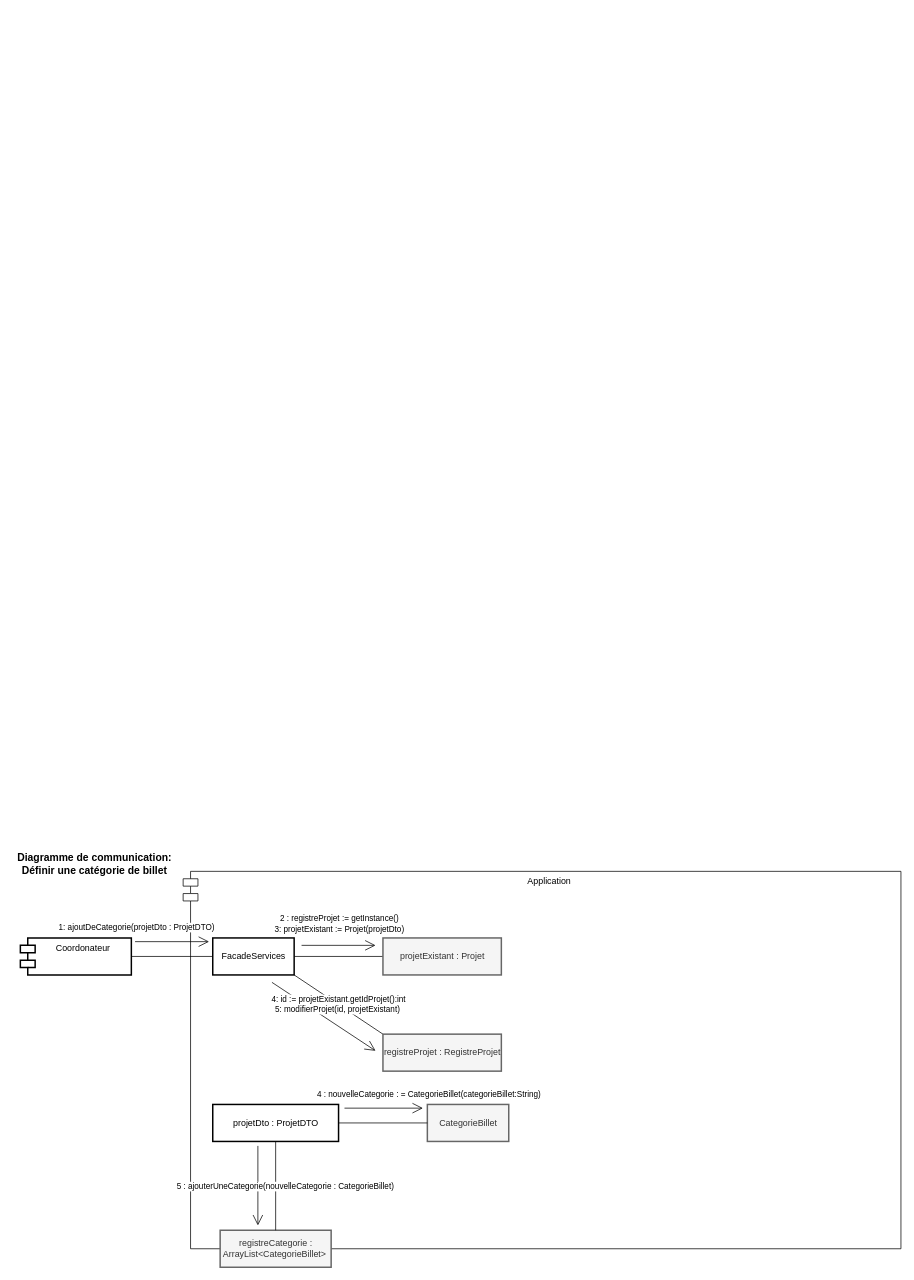
Above: Diagrammes de conception/Diagrammes de communication/Definir_Categorie_UC.drawio in ChristWasTaken/Projet-Conception-et-Archictecture (draw.io), before the change. Source tidied: cells renumbered, new cells numbered last; positions are measured from the earlier drawing's top-left corner, leaving out a move shared by most shapes. Both pictures are drawn from the tidied source at 74%, with x=0, y=0 at pixel (13, 849).
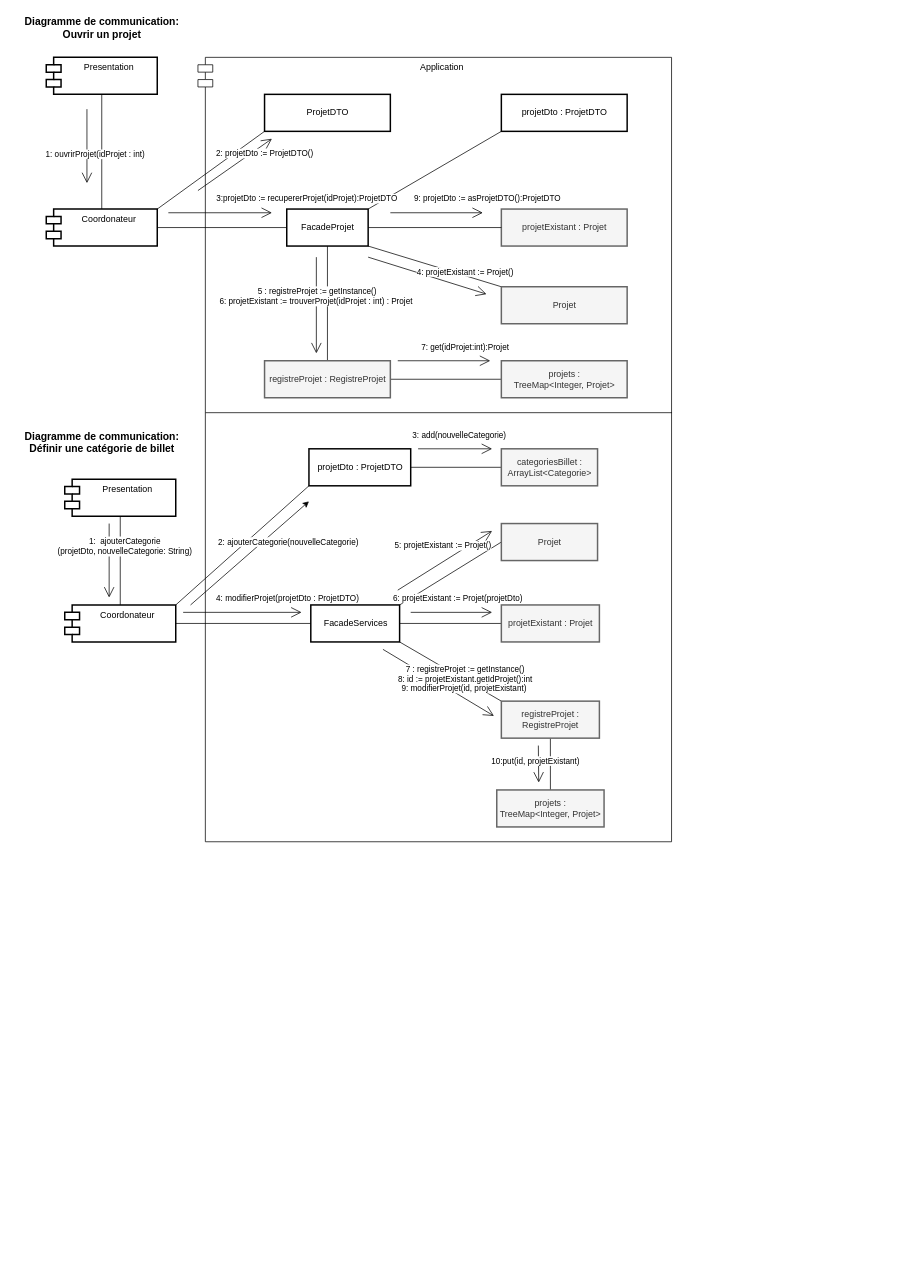
The same diagram, later.

The edit, as a diff of the source:
```diff
@@
     <mxCell id="2" value="Coordonateur" style="shape=module;align=left;spacingLeft=20;align=center;verticalAlign=top;strokeWidth=2;" parent="1" vertex="1">
-      <mxGeometry x="10" y="120" width="150" height="50" as="geometry" />
+      <mxGeometry x="70" y="-330" width="150" height="50" as="geometry" />
     </mxCell>
     <mxCell id="3" value="Application" style="shape=module;align=left;spacingLeft=20;align=center;verticalAlign=top;" parent="1" vertex="1">
-      <mxGeometry x="230" y="30" width="970" height="510" as="geometry" />
+      <mxGeometry x="250" y="-1070" width="640" height="1060" as="geometry" />
     </mxCell>
-    <mxCell id="4" value="registreCategorie : &lt;br&gt;ArrayList&amp;lt;CategorieBillet&amp;gt;&amp;nbsp;" style="html=1;fillColor=#f5f5f5;fontColor=#333333;strokeColor=#666666;strokeWidth=2;" parent="1" vertex="1">
-      <mxGeometry x="280" y="515" width="150" height="50" as="geometry" />
-    </mxCell>
-    <mxCell id="5" value="CategorieBillet" style="html=1;fillColor=#f5f5f5;fontColor=#333333;strokeColor=#666666;strokeWidth=2;" parent="1" vertex="1">
-      <mxGeometry x="560" y="345" width="110" height="50" as="geometry" />
-    </mxCell>
-    <mxCell id="6" style="edgeStyle=orthogonalEdgeStyle;rounded=0;jettySize=auto;html=1;exitX=1;exitY=0.5;exitDx=0;exitDy=0;entryX=0;entryY=0.5;entryDx=0;entryDy=0;endArrow=none;endFill=0;" parent="1" edge="1" source="8" target="5">
-      <mxGeometry relative="1" as="geometry" />
-    </mxCell>
-    <mxCell id="7" style="edgeStyle=orthogonalEdgeStyle;rounded=0;jettySize=auto;html=1;exitX=0.5;exitY=1;exitDx=0;exitDy=0;entryX=0.5;entryY=0;entryDx=0;entryDy=0;endArrow=none;endFill=0;" parent="1" edge="1" source="8" target="4">
-      <mxGeometry relative="1" as="geometry" />
-    </mxCell>
+    <mxCell id="26" style="edgeStyle=none;rounded=0;jettySize=auto;html=1;exitX=0;exitY=1;exitDx=0;exitDy=0;entryX=1;entryY=0;entryDx=0;entryDy=0;endArrow=none;endFill=0;" parent="1" edge="1" source="8" target="42">
+      <mxGeometry relative="1" as="geometry" />
+    </mxCell>
     <mxCell id="8" value="projetDto : ProjetDTO" style="html=1;strokeWidth=2;" parent="1" vertex="1">
-      <mxGeometry x="270" y="345" width="170" height="50" as="geometry" />
+      <mxGeometry x="660" y="-1020" width="170" height="50" as="geometry" />
     </mxCell>
@@
+    <mxCell id="27" style="edgeStyle=none;rounded=0;jettySize=auto;html=1;exitX=1;exitY=0;exitDx=0;exitDy=0;entryX=0;entryY=0.5;entryDx=0;entryDy=0;endArrow=none;endFill=0;" parent="1" edge="1" source="11" target="75">
+      <mxGeometry relative="1" as="geometry" />
+    </mxCell>
     <mxCell id="11" value="FacadeServices" style="html=1;strokeWidth=2;" parent="1" vertex="1">
-      <mxGeometry x="270" y="120" width="110" height="50" as="geometry" />
+      <mxGeometry x="402.5" y="-330" width="120" height="50" as="geometry" />
     </mxCell>
     <mxCell id="12" style="endArrow=open;endFill=1;endSize=12;html=1;rounded=0;" parent="1" edge="1">
       <mxGeometry relative="1" as="geometry">
-        <mxPoint x="165" y="125" as="sourcePoint" />
-        <mxPoint x="265" y="125" as="targetPoint" />
+        <mxPoint x="230" y="-320" as="sourcePoint" />
+        <mxPoint x="390" y="-320" as="targetPoint" />
       </mxGeometry>
     </mxCell>
-    <mxCell id="13" value="1: ajoutDeCategorie(projetDto : ProjetDTO)" style="edgeLabel;html=1;align=center;verticalAlign=middle;" parent="12" vertex="1">
+    <mxCell id="13" value="4: modifierProjet(projetDto : ProjetDTO)" style="edgeLabel;html=1;align=center;verticalAlign=middle;" parent="12" vertex="1">
       <mxGeometry x="0.18" relative="1" as="geometry">
-        <mxPoint x="-58" y="-20" as="offset" />
+        <mxPoint x="46" y="-20" as="offset" />
       </mxGeometry>
     </mxCell>
-    <mxCell id="14" style="endArrow=open;endFill=1;endSize=12;html=1;rounded=0;" parent="1" edge="1">
-      <mxGeometry relative="1" as="geometry">
-        <mxPoint x="448" y="350" as="sourcePoint" />
-        <mxPoint x="554" y="350" as="targetPoint" />
-      </mxGeometry>
-    </mxCell>
-    <mxCell id="15" value="4 : nouvelleCategorie : = CategorieBillet(categorieBillet:String)" style="edgeLabel;html=1;align=center;verticalAlign=middle;" parent="14" vertex="1">
-      <mxGeometry x="0.18" relative="1" as="geometry">
-        <mxPoint x="50" y="-20" as="offset" />
-      </mxGeometry>
-    </mxCell>
     <mxCell id="16" style="endArrow=open;endFill=1;endSize=12;html=1;rounded=0;" parent="1" edge="1">
       <mxGeometry relative="1" as="geometry">
-        <mxPoint x="390" y="130" as="sourcePoint" />
-        <mxPoint x="490" y="130" as="targetPoint" />
+        <mxPoint x="537.5" y="-320" as="sourcePoint" />
+        <mxPoint x="647.5" y="-320" as="targetPoint" />
       </mxGeometry>
     </mxCell>
-    <mxCell id="17" value="2 : registreProjet := getInstance()&lt;br&gt;3: projetExistant := Projet(projetDto)" style="edgeLabel;html=1;align=center;verticalAlign=middle;" parent="16" vertex="1">
+    <mxCell id="17" value="6: projetExistant := Projet(projetDto)" style="edgeLabel;html=1;align=center;verticalAlign=middle;" parent="16" vertex="1">
       <mxGeometry x="0.18" relative="1" as="geometry">
-        <mxPoint x="-9" y="-30" as="offset" />
+        <mxPoint x="-2" y="-20" as="offset" />
       </mxGeometry>
     </mxCell>
-    <mxCell id="18" style="endArrow=open;endFill=1;endSize=12;html=1;rounded=0;entryX=0;entryY=0.75;entryDx=0;entryDy=0;exitX=0;exitY=1;exitDx=0;exitDy=0;" parent="1" edge="1">
-      <mxGeometry relative="1" as="geometry">
-        <mxPoint x="331" y="401" as="sourcePoint" />
-        <mxPoint x="331" y="508.5" as="targetPoint" />
-      </mxGeometry>
-    </mxCell>
-    <mxCell id="19" value="5 : ajouterUneCategorie(nouvelleCategorie : CategorieBillet)" style="edgeLabel;html=1;align=center;verticalAlign=middle;" parent="18" vertex="1">
-      <mxGeometry x="0.18" relative="1" as="geometry">
-        <mxPoint x="36" y="-9" as="offset" />
-      </mxGeometry>
-    </mxCell>
@@
     <mxCell id="21" value="Diagramme de communication:&lt;br style=&quot;font-size: 14px;&quot;&gt;Définir une catégorie de billet" style="text;html=1;align=center;verticalAlign=middle;strokeColor=none;fillColor=none;fontStyle=1;fontSize=14;" parent="1" vertex="1">
-      <mxGeometry width="220" height="40" as="geometry" />
+      <mxGeometry x="10" y="-570" width="220" height="40" as="geometry" />
     </mxCell>
+    <mxCell id="28" style="edgeStyle=none;rounded=0;jettySize=auto;html=1;exitX=0.5;exitY=1;exitDx=0;exitDy=0;entryX=0.5;entryY=0;entryDx=0;entryDy=0;endArrow=none;endFill=0;" parent="1" edge="1" source="22" target="72">
+      <mxGeometry relative="1" as="geometry" />
+    </mxCell>
-    <mxCell id="22" value="registreProjet : RegistreProjet" style="html=1;fillColor=#f5f5f5;fontColor=#333333;strokeColor=#666666;strokeWidth=2;" parent="1" vertex="1">
-      <mxGeometry x="500" y="250" width="160" height="50" as="geometry" />
+    <mxCell id="22" value="registreProjet : &lt;br&gt;RegistreProjet" style="html=1;fillColor=#f5f5f5;fontColor=#333333;strokeColor=#666666;strokeWidth=2;" parent="1" vertex="1">
+      <mxGeometry x="660" y="-200" width="132.5" height="50" as="geometry" />
     </mxCell>
     <mxCell id="23" value="projetExistant : Projet" style="html=1;fillColor=#f5f5f5;fontColor=#333333;strokeColor=#666666;strokeWidth=2;" parent="1" vertex="1">
-      <mxGeometry x="500" y="120" width="160" height="50" as="geometry" />
+      <mxGeometry x="660" y="-330" width="132.5" height="50" as="geometry" />
     </mxCell>
-    <mxCell id="24" style="endArrow=open;endFill=1;endSize=12;html=1;rounded=0;entryX=0;entryY=0.25;entryDx=0;entryDy=0;exitX=0;exitY=1;exitDx=0;exitDy=0;" parent="1" edge="1">
+    <mxCell id="24" style="endArrow=open;endFill=1;endSize=12;html=1;rounded=0;exitX=0;exitY=1;exitDx=0;exitDy=0;" parent="1" edge="1">
       <mxGeometry relative="1" as="geometry">
-        <mxPoint x="350" y="180" as="sourcePoint" />
-        <mxPoint x="490" y="272.5" as="targetPoint" />
+        <mxPoint x="500" y="-270" as="sourcePoint" />
+        <mxPoint x="650" y="-180" as="targetPoint" />
       </mxGeometry>
     </mxCell>
-    <mxCell id="25" value="4: id := projetExistant.getIdProjet():int&lt;br&gt;5: modifierProjet(id, projetExistant)&amp;nbsp;" style="edgeLabel;html=1;align=center;verticalAlign=middle;" parent="24" vertex="1">
+    <mxCell id="25" value="7 : registreProjet := getInstance()&lt;br&gt;8: id := projetExistant.getIdProjet():int&lt;br&gt;9: modifierProjet(id, projetExistant)&amp;nbsp;" style="edgeLabel;html=1;align=center;verticalAlign=middle;" parent="24" vertex="1">
       <mxGeometry x="0.18" relative="1" as="geometry">
-        <mxPoint x="7" y="-25" as="offset" />
+        <mxPoint x="22" y="-13" as="offset" />
       </mxGeometry>
     </mxCell>
+    <mxCell id="29" style="edgeStyle=orthogonalEdgeStyle;rounded=0;jettySize=auto;html=1;entryX=0;entryY=0.5;entryDx=0;entryDy=0;endArrow=none;endFill=0;" parent="1" edge="1" source="30" target="42">
+      <mxGeometry relative="1" as="geometry" />
+    </mxCell>
+    <mxCell id="30" value="Coordonateur" style="shape=module;align=left;spacingLeft=20;align=center;verticalAlign=top;strokeWidth=2;" parent="1" vertex="1">
+      <mxGeometry x="45" y="-865" width="150" height="50" as="geometry" />
+    </mxCell>
+    <mxCell id="31" style="edgeStyle=orthogonalEdgeStyle;rounded=0;jettySize=auto;html=1;endArrow=none;endFill=0;" parent="1" edge="1" source="32" target="30">
+      <mxGeometry relative="1" as="geometry" />
+    </mxCell>
+    <mxCell id="32" value="Presentation" style="shape=module;align=left;spacingLeft=20;align=center;verticalAlign=top;strokeWidth=2;" parent="1" vertex="1">
+      <mxGeometry x="45" y="-1070" width="150" height="50" as="geometry" />
+    </mxCell>
+    <mxCell id="33" value="projetExistant : Projet" style="html=1;strokeWidth=2;fillColor=#f5f5f5;fontColor=#333333;strokeColor=#666666;" parent="1" vertex="1">
+      <mxGeometry x="660" y="-865" width="170" height="50" as="geometry" />
+    </mxCell>
+    <mxCell id="34" style="endArrow=open;endFill=1;endSize=12;html=1;rounded=0;" parent="1" edge="1">
+      <mxGeometry relative="1" as="geometry">
+        <mxPoint x="100" y="-1000" as="sourcePoint" />
+        <mxPoint x="100" y="-900" as="targetPoint" />
+      </mxGeometry>
+    </mxCell>
+    <mxCell id="35" value="1: ouvrirProjet(idProjet : int)" style="edgeLabel;html=1;align=center;verticalAlign=middle;" parent="34" vertex="1">
+      <mxGeometry x="0.18" relative="1" as="geometry">
+        <mxPoint x="10" y="1" as="offset" />
+      </mxGeometry>
+    </mxCell>
+    <mxCell id="36" style="endArrow=open;endFill=1;endSize=12;html=1;rounded=0;" parent="1" edge="1">
+      <mxGeometry relative="1" as="geometry">
+        <mxPoint x="210" y="-860" as="sourcePoint" />
+        <mxPoint x="350" y="-860" as="targetPoint" />
+      </mxGeometry>
+    </mxCell>
+    <mxCell id="37" value="3:projetDto := recupererProjet(idProjet):ProjetDTO" style="edgeLabel;html=1;align=center;verticalAlign=middle;" parent="36" vertex="1">
+      <mxGeometry x="0.18" relative="1" as="geometry">
+        <mxPoint x="103" y="-20" as="offset" />
+      </mxGeometry>
+    </mxCell>
+    <mxCell id="38" style="edgeStyle=orthogonalEdgeStyle;rounded=0;jettySize=auto;html=1;entryX=0;entryY=0.5;entryDx=0;entryDy=0;endArrow=none;endFill=0;" parent="1" edge="1" source="42" target="33">
+      <mxGeometry relative="1" as="geometry" />
+    </mxCell>
+    <mxCell id="39" style="rounded=0;jettySize=auto;html=1;exitX=0.5;exitY=1;exitDx=0;exitDy=0;entryX=0.5;entryY=0;entryDx=0;entryDy=0;endArrow=none;endFill=0;" parent="1" edge="1" source="42" target="46">
+      <mxGeometry relative="1" as="geometry" />
+    </mxCell>
+    <mxCell id="40" style="edgeStyle=none;rounded=0;jettySize=auto;html=1;exitX=1;exitY=1;exitDx=0;exitDy=0;entryX=0;entryY=0;entryDx=0;entryDy=0;endArrow=none;endFill=0;" parent="1" edge="1" source="42" target="49">
+      <mxGeometry relative="1" as="geometry" />
+    </mxCell>
+    <mxCell id="41" style="edgeStyle=none;rounded=0;jettySize=auto;html=1;exitX=1;exitY=0;exitDx=0;exitDy=0;entryX=0;entryY=1;entryDx=0;entryDy=0;endArrow=none;endFill=0;" parent="1" edge="1" source="30" target="55">
+      <mxGeometry relative="1" as="geometry" />
+    </mxCell>
+    <mxCell id="42" value="FacadeProjet" style="html=1;strokeWidth=2;" parent="1" vertex="1">
+      <mxGeometry x="370" y="-865" width="110" height="50" as="geometry" />
+    </mxCell>
+    <mxCell id="43" style="endArrow=open;endFill=1;endSize=12;html=1;rounded=0;" parent="1" edge="1">
+      <mxGeometry relative="1" as="geometry">
+        <mxPoint x="510" y="-860" as="sourcePoint" />
+        <mxPoint x="635" y="-860" as="targetPoint" />
+      </mxGeometry>
+    </mxCell>
+    <mxCell id="44" value="9: projetDto := asProjetDTO():ProjetDTO" style="edgeLabel;html=1;align=center;verticalAlign=middle;" parent="43" vertex="1">
+      <mxGeometry x="0.18" relative="1" as="geometry">
+        <mxPoint x="56" y="-20" as="offset" />
+      </mxGeometry>
+    </mxCell>
+    <mxCell id="45" style="edgeStyle=none;rounded=0;jettySize=auto;html=1;entryX=0;entryY=0.5;entryDx=0;entryDy=0;endArrow=none;endFill=0;" parent="1" edge="1" source="46" target="52">
+      <mxGeometry relative="1" as="geometry" />
+    </mxCell>
+    <mxCell id="46" value="registreProjet : RegistreProjet" style="html=1;fillColor=#f5f5f5;fontColor=#333333;strokeColor=#666666;strokeWidth=2;" parent="1" vertex="1">
+      <mxGeometry x="340" y="-660" width="170" height="50" as="geometry" />
+    </mxCell>
+    <mxCell id="47" style="endArrow=open;endFill=1;endSize=12;html=1;rounded=0;" parent="1" edge="1">
+      <mxGeometry relative="1" as="geometry">
+        <mxPoint x="410" y="-800" as="sourcePoint" />
+        <mxPoint x="410" y="-670" as="targetPoint" />
+      </mxGeometry>
+    </mxCell>
+    <mxCell id="48" value="5 : registreProjet := getInstance()&lt;br&gt;6: projetExistant := trouverProjet(idProjet : int) : Projet&amp;nbsp;" style="edgeLabel;html=1;align=center;verticalAlign=middle;" parent="47" vertex="1">
+      <mxGeometry x="0.18" relative="1" as="geometry">
+        <mxPoint y="-25" as="offset" />
+      </mxGeometry>
+    </mxCell>
+    <mxCell id="49" value="Projet" style="html=1;strokeWidth=2;fillColor=#f5f5f5;fontColor=#333333;strokeColor=#666666;" parent="1" vertex="1">
+      <mxGeometry x="660" y="-760" width="170" height="50" as="geometry" />
+    </mxCell>
+    <mxCell id="50" style="endArrow=open;endFill=1;endSize=12;html=1;rounded=0;" parent="1" edge="1">
+      <mxGeometry relative="1" as="geometry">
+        <mxPoint x="480" y="-800" as="sourcePoint" />
+        <mxPoint x="640" y="-750" as="targetPoint" />
+      </mxGeometry>
+    </mxCell>
+    <mxCell id="51" value="4: projetExistant := Projet()" style="edgeLabel;html=1;align=center;verticalAlign=middle;" parent="50" vertex="1">
+      <mxGeometry x="0.18" relative="1" as="geometry">
+        <mxPoint x="36" y="-10" as="offset" />
+      </mxGeometry>
+    </mxCell>
+    <mxCell id="52" value="projets : &lt;br&gt;TreeMap&amp;lt;Integer, Projet&amp;gt;" style="html=1;fillColor=#f5f5f5;fontColor=#333333;strokeColor=#666666;strokeWidth=2;" parent="1" vertex="1">
+      <mxGeometry x="660" y="-660" width="170" height="50" as="geometry" />
+    </mxCell>
+    <mxCell id="53" style="endArrow=open;endFill=1;endSize=12;html=1;rounded=0;" parent="1" edge="1">
+      <mxGeometry relative="1" as="geometry">
+        <mxPoint x="520" y="-660" as="sourcePoint" />
+        <mxPoint x="645" y="-660" as="targetPoint" />
+      </mxGeometry>
+    </mxCell>
+    <mxCell id="54" value="7: get(idProjet:int):Projet" style="edgeLabel;html=1;align=center;verticalAlign=middle;" parent="53" vertex="1">
+      <mxGeometry x="0.18" relative="1" as="geometry">
+        <mxPoint x="16" y="-19" as="offset" />
+      </mxGeometry>
+    </mxCell>
+    <mxCell id="55" value="ProjetDTO" style="html=1;strokeWidth=2;" parent="1" vertex="1">
+      <mxGeometry x="340" y="-1020" width="170" height="50" as="geometry" />
+    </mxCell>
+    <mxCell id="56" style="endArrow=open;endFill=1;endSize=12;html=1;rounded=0;" parent="1" edge="1">
+      <mxGeometry relative="1" as="geometry">
+        <mxPoint x="250" y="-890" as="sourcePoint" />
+        <mxPoint x="350" y="-960" as="targetPoint" />
+      </mxGeometry>
+    </mxCell>
+    <mxCell id="57" value="2: projetDto := ProjetDTO()" style="edgeLabel;html=1;align=center;verticalAlign=middle;" parent="56" vertex="1">
+      <mxGeometry x="0.18" relative="1" as="geometry">
+        <mxPoint x="31" y="-9" as="offset" />
+      </mxGeometry>
+    </mxCell>
+    <mxCell id="58" style="edgeStyle=none;rounded=0;jettySize=auto;html=1;entryX=0.5;entryY=0;entryDx=0;entryDy=0;endArrow=none;endFill=0;" parent="1" edge="1" source="59" target="2">
+      <mxGeometry relative="1" as="geometry" />
+    </mxCell>
+    <mxCell id="59" value="Presentation" style="shape=module;align=left;spacingLeft=20;align=center;verticalAlign=top;strokeWidth=2;" parent="1" vertex="1">
+      <mxGeometry x="70" y="-500" width="150" height="50" as="geometry" />
+    </mxCell>
+    <mxCell id="60" style="endArrow=open;endFill=1;endSize=12;html=1;rounded=0;" parent="1" edge="1">
+      <mxGeometry relative="1" as="geometry">
+        <mxPoint x="130" y="-440" as="sourcePoint" />
+        <mxPoint x="130" y="-340" as="targetPoint" />
+      </mxGeometry>
+    </mxCell>
+    <mxCell id="61" value="1:&amp;nbsp; ajouterCategorie&lt;br&gt;(projetDto, nouvelleCategorie: String)" style="edgeLabel;html=1;align=center;verticalAlign=middle;" parent="60" vertex="1">
+      <mxGeometry x="0.18" relative="1" as="geometry">
+        <mxPoint x="20" y="-29" as="offset" />
+      </mxGeometry>
+    </mxCell>
+    <mxCell id="62" style="edgeStyle=none;rounded=0;jettySize=auto;html=1;exitX=0;exitY=1;exitDx=0;exitDy=0;entryX=1;entryY=0;entryDx=0;entryDy=0;endArrow=none;endFill=0;" parent="1" edge="1" source="65" target="2">
+      <mxGeometry relative="1" as="geometry" />
+    </mxCell>
+    <mxCell id="63" style="edgeStyle=none;rounded=0;jettySize=auto;html=1;entryX=0;entryY=0.5;entryDx=0;entryDy=0;endArrow=none;endFill=0;" parent="1" edge="1" source="65" target="69">
+      <mxGeometry relative="1" as="geometry" />
+    </mxCell>
+    <mxCell id="64" style="edgeStyle=none;rounded=0;orthogonalLoop=1;jettySize=auto;html=1;entryX=0.016;entryY=0.453;entryDx=0;entryDy=0;entryPerimeter=0;endArrow=none;endFill=0;exitX=1.001;exitY=0.453;exitDx=0;exitDy=0;exitPerimeter=0;" parent="1" edge="1" source="3" target="3">
+      <mxGeometry relative="1" as="geometry" />
+    </mxCell>
+    <mxCell id="65" value="projetDto : ProjetDTO" style="html=1;strokeWidth=2;" parent="1" vertex="1">
+      <mxGeometry x="400" y="-541" width="137.5" height="50" as="geometry" />
+    </mxCell>
+    <mxCell id="66" style="endArrow=classic;html=1;rounded=0;" parent="1" edge="1">
+      <mxGeometry relative="1" as="geometry">
+        <mxPoint x="240" y="-330" as="sourcePoint" />
+        <mxPoint x="400" y="-470" as="targetPoint" />
+      </mxGeometry>
+    </mxCell>
+    <mxCell id="67" value="2: ajouterCategorie(nouvelleCategorie)" style="edgeLabel;html=1;align=center;verticalAlign=middle;" parent="66" vertex="1">
+      <mxGeometry x="-0.41" y="-1" relative="1" as="geometry">
+        <mxPoint x="83" y="-45" as="offset" />
+      </mxGeometry>
+    </mxCell>
+    <mxCell id="68" value="Diagramme de communication:&lt;br style=&quot;font-size: 14px;&quot;&gt;Ouvrir un projet" style="text;html=1;align=center;verticalAlign=middle;strokeColor=none;fillColor=none;fontStyle=1;fontSize=14;" parent="1" vertex="1">
+      <mxGeometry x="10" y="-1130" width="220" height="40" as="geometry" />
+    </mxCell>
+    <mxCell id="69" value="categoriesBillet :&lt;br&gt;ArrayList&amp;lt;Categorie&amp;gt;" style="html=1;strokeWidth=2;fillColor=#f5f5f5;fontColor=#333333;strokeColor=#666666;" parent="1" vertex="1">
+      <mxGeometry x="660" y="-541" width="130" height="50" as="geometry" />
+    </mxCell>
+    <mxCell id="70" style="endArrow=open;endFill=1;endSize=12;html=1;rounded=0;" parent="1" edge="1">
+      <mxGeometry relative="1" as="geometry">
+        <mxPoint x="547.5" y="-541" as="sourcePoint" />
+        <mxPoint x="647.5" y="-541" as="targetPoint" />
+      </mxGeometry>
+    </mxCell>
+    <mxCell id="71" value="3: add(nouvelleCategorie)" style="edgeLabel;html=1;align=center;verticalAlign=middle;" parent="70" vertex="1">
+      <mxGeometry x="0.18" relative="1" as="geometry">
+        <mxPoint x="-4" y="-19" as="offset" />
+      </mxGeometry>
+    </mxCell>
+    <mxCell id="72" value="projets : &lt;br&gt;TreeMap&amp;lt;Integer, Projet&amp;gt;" style="html=1;fillColor=#f5f5f5;fontColor=#333333;strokeColor=#666666;strokeWidth=2;" parent="1" vertex="1">
+      <mxGeometry x="653.8" y="-80" width="145" height="50" as="geometry" />
+    </mxCell>
+    <mxCell id="73" style="endArrow=open;endFill=1;endSize=12;html=1;rounded=0;" parent="1" edge="1">
+      <mxGeometry relative="1" as="geometry">
+        <mxPoint x="710" y="-140" as="sourcePoint" />
+        <mxPoint x="710.5" y="-90" as="targetPoint" />
+      </mxGeometry>
+    </mxCell>
+    <mxCell id="74" value="10:put(id, projetExistant)" style="edgeLabel;html=1;align=center;verticalAlign=middle;" parent="73" vertex="1">
+      <mxGeometry x="0.18" relative="1" as="geometry">
+        <mxPoint x="-5" y="-9" as="offset" />
+      </mxGeometry>
+    </mxCell>
+    <mxCell id="75" value="Projet" style="html=1;strokeWidth=2;fillColor=#f5f5f5;fontColor=#333333;strokeColor=#666666;" parent="1" vertex="1">
+      <mxGeometry x="660" y="-440" width="130" height="50" as="geometry" />
+    </mxCell>
+    <mxCell id="76" style="endArrow=open;endFill=1;endSize=12;html=1;rounded=0;" parent="1" edge="1">
+      <mxGeometry relative="1" as="geometry">
+        <mxPoint x="520" y="-350" as="sourcePoint" />
+        <mxPoint x="647.5" y="-430" as="targetPoint" />
+      </mxGeometry>
+    </mxCell>
+    <mxCell id="77" value="5: projetExistant := Projet()" style="edgeLabel;html=1;align=center;verticalAlign=middle;" parent="76" vertex="1">
+      <mxGeometry x="0.18" relative="1" as="geometry">
+        <mxPoint x="-15" y="-13" as="offset" />
+      </mxGeometry>
+    </mxCell>
```
